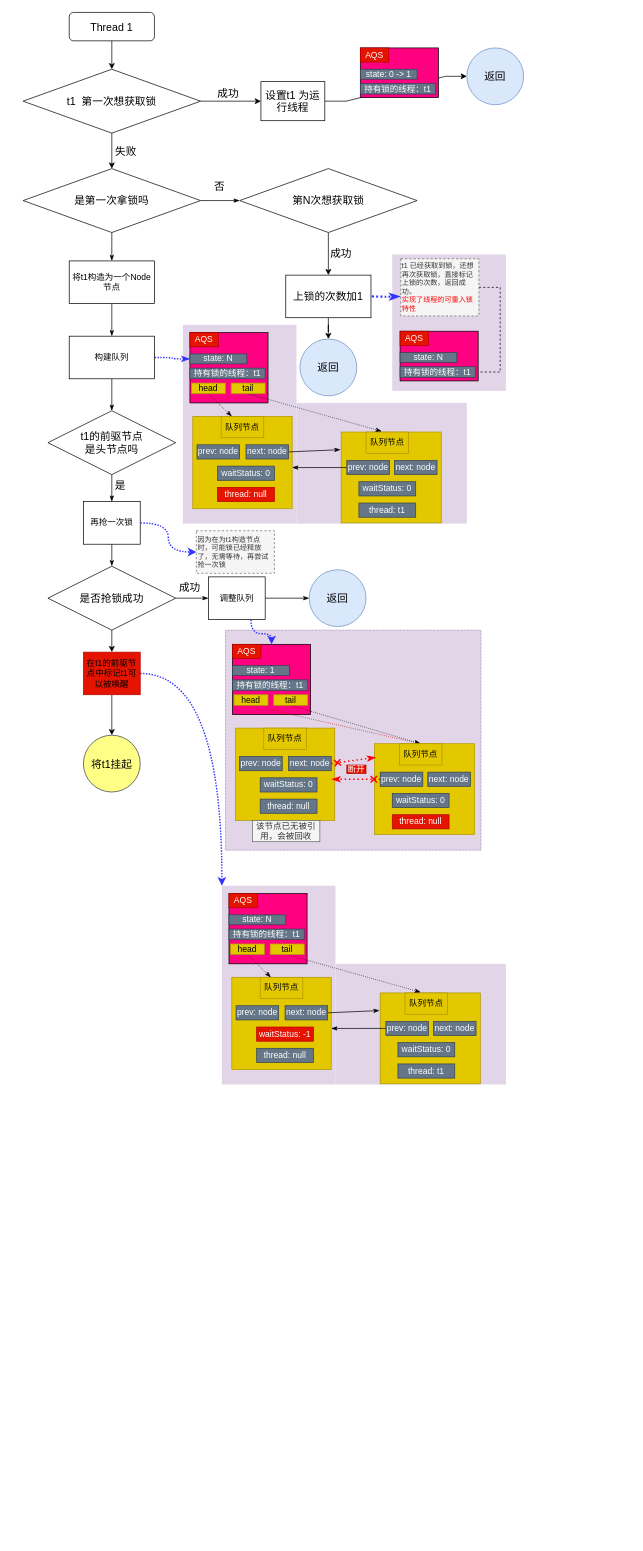
This is 思维导图附件/AQS.drawio from dccmmtop/notebook, a draw.io file, before an edit. Source tidied: cells renumbered, new cells numbered last; positions are measured from the earlier drawing's top-left corner, leaving out a move shared by most shapes. Both pictures are drawn from the tidied source at 71%, with x=0, y=0 at pixel (23, 12).
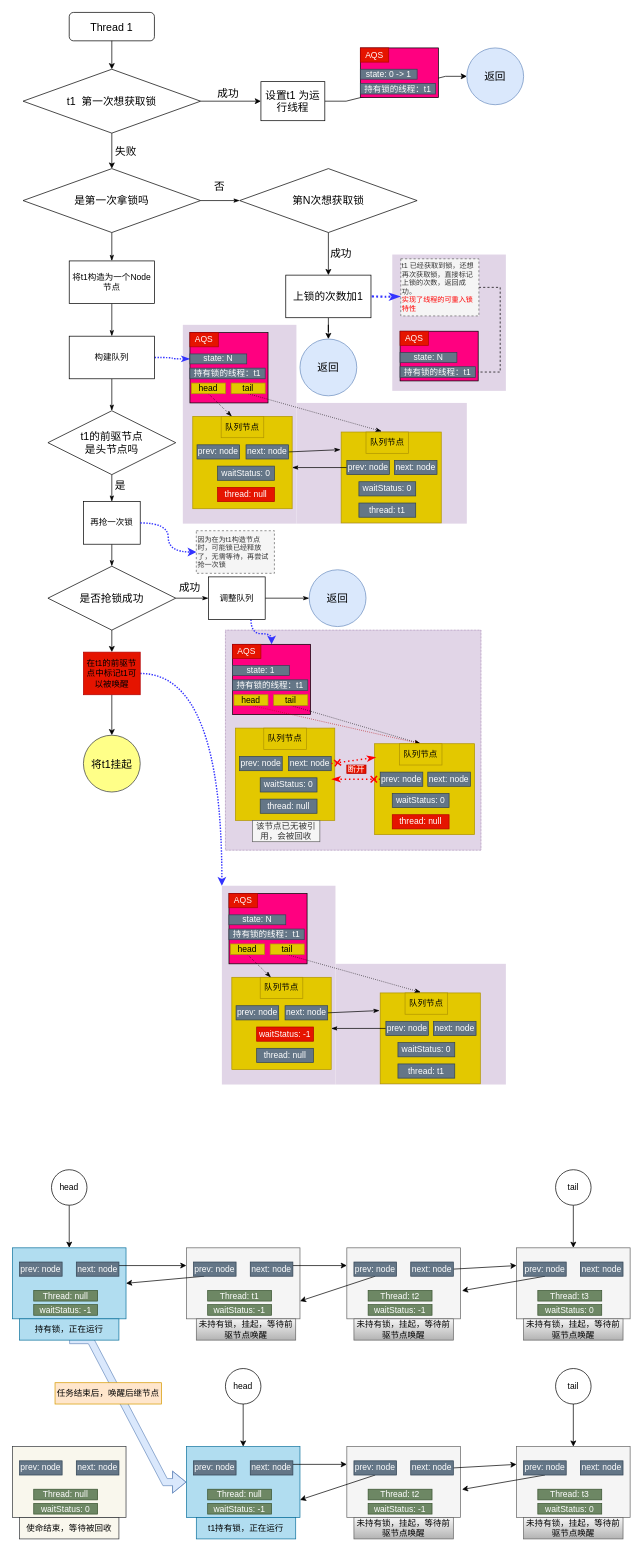
The same diagram, later.

What changed in the source:
```diff
@@
+    <mxCell id="131" style="rounded=0;whiteSpace=wrap;html=1;fillColor=#b1ddf0;strokeColor=#10739e;" parent="1" vertex="1">
+      <mxGeometry x="-15" y="1740" width="160" height="100" as="geometry" />
+    </mxCell>
+    <mxCell id="132" value="Thread: null" style="text;html=1;strokeColor=#3A5431;fillColor=#6d8764;align=center;verticalAlign=middle;whiteSpace=wrap;rounded=0;fontColor=#ffffff;" parent="1" vertex="1">
+      <mxGeometry x="15" y="1800" width="90" height="15" as="geometry" />
+    </mxCell>
+    <mxCell id="133" style="edgeStyle=none;rounded=0;jettySize=auto;html=1;exitX=1;exitY=0.25;exitDx=0;exitDy=0;entryX=0;entryY=0.25;entryDx=0;entryDy=0;" parent="1" edge="1" source="134" target="138">
+      <mxGeometry relative="1" as="geometry" />
+    </mxCell>
+    <mxCell id="134" value="next: node" style="rounded=0;whiteSpace=wrap;html=1;fontColor=#ffffff;fillColor=#647687;strokeColor=#314354;" parent="1" vertex="1">
+      <mxGeometry x="75" y="1760" width="60" height="20" as="geometry" />
+    </mxCell>
+    <mxCell id="135" value="prev: node" style="rounded=0;whiteSpace=wrap;html=1;fontColor=#ffffff;fillColor=#647687;strokeColor=#314354;" parent="1" vertex="1">
+      <mxGeometry x="-5" y="1760" width="60" height="20" as="geometry" />
+    </mxCell>
+    <mxCell id="136" style="edgeStyle=none;rounded=0;jettySize=auto;html=1;entryX=0.5;entryY=0;entryDx=0;entryDy=0;" parent="1" edge="1" source="137" target="131">
+      <mxGeometry relative="1" as="geometry" />
+    </mxCell>
+    <mxCell id="137" value="head" style="ellipse;whiteSpace=wrap;html=1;" parent="1" vertex="1">
+      <mxGeometry x="40" y="1630" width="50" height="50" as="geometry" />
+    </mxCell>
+    <mxCell id="138" style="rounded=0;whiteSpace=wrap;html=1;fillColor=#f5f5f5;strokeColor=#666666;fontColor=#333333;" parent="1" vertex="1">
+      <mxGeometry x="230" y="1740" width="160" height="100" as="geometry" />
+    </mxCell>
+    <mxCell id="139" value="Thread: t1" style="text;html=1;strokeColor=#3A5431;fillColor=#6d8764;align=center;verticalAlign=middle;whiteSpace=wrap;rounded=0;fontColor=#ffffff;" parent="1" vertex="1">
+      <mxGeometry x="260" y="1800" width="90" height="15" as="geometry" />
+    </mxCell>
+    <mxCell id="140" style="edgeStyle=none;rounded=0;jettySize=auto;html=1;exitX=1;exitY=0.25;exitDx=0;exitDy=0;entryX=0;entryY=0.25;entryDx=0;entryDy=0;" parent="1" edge="1" source="141" target="144">
+      <mxGeometry relative="1" as="geometry" />
+    </mxCell>
+    <mxCell id="141" value="next: node" style="rounded=0;whiteSpace=wrap;html=1;fontColor=#ffffff;fillColor=#647687;strokeColor=#314354;" parent="1" vertex="1">
+      <mxGeometry x="320" y="1760" width="60" height="20" as="geometry" />
+    </mxCell>
+    <mxCell id="142" style="edgeStyle=none;rounded=0;jettySize=auto;html=1;exitX=0.25;exitY=1;exitDx=0;exitDy=0;entryX=1;entryY=0.5;entryDx=0;entryDy=0;" parent="1" edge="1" source="143" target="131">
+      <mxGeometry relative="1" as="geometry" />
+    </mxCell>
+    <mxCell id="143" value="prev: node" style="rounded=0;whiteSpace=wrap;html=1;fontColor=#ffffff;fillColor=#647687;strokeColor=#314354;" parent="1" vertex="1">
+      <mxGeometry x="240" y="1760" width="60" height="20" as="geometry" />
+    </mxCell>
+    <mxCell id="144" style="rounded=0;whiteSpace=wrap;html=1;fillColor=#f5f5f5;strokeColor=#666666;fontColor=#333333;" parent="1" vertex="1">
+      <mxGeometry x="456" y="1740" width="160" height="100" as="geometry" />
+    </mxCell>
+    <mxCell id="145" value="Thread: t2" style="text;html=1;strokeColor=#3A5431;fillColor=#6d8764;align=center;verticalAlign=middle;whiteSpace=wrap;rounded=0;fontColor=#ffffff;" parent="1" vertex="1">
+      <mxGeometry x="486" y="1800" width="90" height="15" as="geometry" />
+    </mxCell>
+    <mxCell id="146" style="edgeStyle=none;rounded=0;jettySize=auto;html=1;exitX=1;exitY=0.5;exitDx=0;exitDy=0;entryX=0;entryY=0.25;entryDx=0;entryDy=0;" parent="1" edge="1" source="147" target="153">
+      <mxGeometry relative="1" as="geometry" />
+    </mxCell>
+    <mxCell id="147" value="next: node" style="rounded=0;whiteSpace=wrap;html=1;fontColor=#ffffff;fillColor=#647687;strokeColor=#314354;" parent="1" vertex="1">
+      <mxGeometry x="546" y="1760" width="60" height="20" as="geometry" />
+    </mxCell>
+    <mxCell id="148" style="edgeStyle=none;rounded=0;jettySize=auto;html=1;exitX=0.5;exitY=1;exitDx=0;exitDy=0;entryX=1;entryY=0.75;entryDx=0;entryDy=0;" parent="1" edge="1" source="149" target="138">
+      <mxGeometry relative="1" as="geometry" />
+    </mxCell>
+    <mxCell id="149" value="prev: node" style="rounded=0;whiteSpace=wrap;html=1;fontColor=#ffffff;fillColor=#647687;strokeColor=#314354;" parent="1" vertex="1">
+      <mxGeometry x="466" y="1760" width="60" height="20" as="geometry" />
+    </mxCell>
+    <mxCell id="150" style="edgeStyle=entityRelationEdgeStyle;shape=flexArrow;rounded=0;jettySize=auto;html=1;exitX=0.5;exitY=1;exitDx=0;exitDy=0;entryX=0;entryY=0.5;entryDx=0;entryDy=0;fillColor=#dae8fc;strokeColor=#6c8ebf;" parent="1" edge="1" source="151" target="172">
+      <mxGeometry relative="1" as="geometry" />
+    </mxCell>
+    <mxCell id="151" value="持有锁，正在运行" style="text;html=1;strokeColor=#10739e;fillColor=#b1ddf0;align=center;verticalAlign=middle;whiteSpace=wrap;rounded=0;" parent="1" vertex="1">
+      <mxGeometry x="-5" y="1840" width="140" height="30" as="geometry" />
+    </mxCell>
+    <mxCell id="152" value="未持有锁，挂起，等待前驱节点唤醒" style="text;html=1;strokeColor=#666666;fillColor=#f5f5f5;align=center;verticalAlign=middle;whiteSpace=wrap;rounded=0;gradientColor=#b3b3b3;" parent="1" vertex="1">
+      <mxGeometry x="244" y="1840" width="140" height="30" as="geometry" />
+    </mxCell>
+    <mxCell id="153" style="rounded=0;whiteSpace=wrap;html=1;fillColor=#f5f5f5;strokeColor=#666666;fontColor=#333333;" parent="1" vertex="1">
+      <mxGeometry x="695" y="1740" width="160" height="100" as="geometry" />
+    </mxCell>
+    <mxCell id="154" value="Thread: t3" style="text;html=1;strokeColor=#3A5431;fillColor=#6d8764;align=center;verticalAlign=middle;whiteSpace=wrap;rounded=0;fontColor=#ffffff;" parent="1" vertex="1">
+      <mxGeometry x="725" y="1800" width="90" height="15" as="geometry" />
+    </mxCell>
+    <mxCell id="155" value="next: node" style="rounded=0;whiteSpace=wrap;html=1;fontColor=#ffffff;fillColor=#647687;strokeColor=#314354;" parent="1" vertex="1">
+      <mxGeometry x="785" y="1760" width="60" height="20" as="geometry" />
+    </mxCell>
+    <mxCell id="156" style="edgeStyle=none;rounded=0;jettySize=auto;html=1;exitX=0.5;exitY=1;exitDx=0;exitDy=0;entryX=1.014;entryY=0.604;entryDx=0;entryDy=0;entryPerimeter=0;" parent="1" edge="1" source="157" target="144">
+      <mxGeometry relative="1" as="geometry" />
+    </mxCell>
+    <mxCell id="157" value="prev: node" style="rounded=0;whiteSpace=wrap;html=1;fontColor=#ffffff;fillColor=#647687;strokeColor=#314354;" parent="1" vertex="1">
+      <mxGeometry x="705" y="1760" width="60" height="20" as="geometry" />
+    </mxCell>
+    <mxCell id="158" value="未持有锁，挂起，等待前驱节点唤醒" style="text;html=1;strokeColor=#666666;fillColor=#f5f5f5;align=center;verticalAlign=middle;whiteSpace=wrap;rounded=0;gradientColor=#b3b3b3;" parent="1" vertex="1">
+      <mxGeometry x="466" y="1840" width="140" height="30" as="geometry" />
+    </mxCell>
+    <mxCell id="159" value="waitStatus: -1" style="text;html=1;strokeColor=#3A5431;fillColor=#6d8764;align=center;verticalAlign=middle;whiteSpace=wrap;rounded=0;fontColor=#ffffff;" parent="1" vertex="1">
+      <mxGeometry x="15" y="1820" width="90" height="15" as="geometry" />
+    </mxCell>
+    <mxCell id="160" value="waitStatus: -1" style="text;html=1;strokeColor=#3A5431;fillColor=#6d8764;align=center;verticalAlign=middle;whiteSpace=wrap;rounded=0;fontColor=#ffffff;" parent="1" vertex="1">
+      <mxGeometry x="260" y="1820" width="90" height="15" as="geometry" />
+    </mxCell>
+    <mxCell id="161" value="waitStatus: -1" style="text;html=1;strokeColor=#3A5431;fillColor=#6d8764;align=center;verticalAlign=middle;whiteSpace=wrap;rounded=0;fontColor=#ffffff;" parent="1" vertex="1">
+      <mxGeometry x="486" y="1820" width="90" height="15" as="geometry" />
+    </mxCell>
+    <mxCell id="162" value="waitStatus: 0" style="text;html=1;strokeColor=#3A5431;fillColor=#6d8764;align=center;verticalAlign=middle;whiteSpace=wrap;rounded=0;fontColor=#ffffff;" parent="1" vertex="1">
+      <mxGeometry x="725" y="1820" width="90" height="15" as="geometry" />
+    </mxCell>
+    <mxCell id="163" style="edgeStyle=none;rounded=0;jettySize=auto;html=1;exitX=0.5;exitY=1;exitDx=0;exitDy=0;entryX=0.5;entryY=0;entryDx=0;entryDy=0;" parent="1" edge="1" source="164" target="153">
+      <mxGeometry relative="1" as="geometry" />
+    </mxCell>
+    <mxCell id="164" value="tail" style="ellipse;whiteSpace=wrap;html=1;" parent="1" vertex="1">
+      <mxGeometry x="750" y="1630" width="50" height="50" as="geometry" />
+    </mxCell>
+    <mxCell id="165" value="未持有锁，挂起，等待前驱节点唤醒" style="text;html=1;strokeColor=#666666;fillColor=#f5f5f5;align=center;verticalAlign=middle;whiteSpace=wrap;rounded=0;gradientColor=#b3b3b3;" parent="1" vertex="1">
+      <mxGeometry x="705" y="1840" width="140" height="30" as="geometry" />
+    </mxCell>
+    <mxCell id="166" style="rounded=0;whiteSpace=wrap;html=1;fillColor=#f9f7ed;strokeColor=#36393d;" parent="1" vertex="1">
+      <mxGeometry x="-15" y="2020" width="160" height="100" as="geometry" />
+    </mxCell>
+    <mxCell id="167" value="Thread: null" style="text;html=1;strokeColor=#3A5431;fillColor=#6d8764;align=center;verticalAlign=middle;whiteSpace=wrap;rounded=0;fontColor=#ffffff;" parent="1" vertex="1">
+      <mxGeometry x="15" y="2080" width="90" height="15" as="geometry" />
+    </mxCell>
+    <mxCell id="168" value="next: node" style="rounded=0;whiteSpace=wrap;html=1;fontColor=#ffffff;fillColor=#647687;strokeColor=#314354;" parent="1" vertex="1">
+      <mxGeometry x="75" y="2040" width="60" height="20" as="geometry" />
+    </mxCell>
+    <mxCell id="169" value="prev: node" style="rounded=0;whiteSpace=wrap;html=1;fontColor=#ffffff;fillColor=#647687;strokeColor=#314354;" parent="1" vertex="1">
+      <mxGeometry x="-5" y="2040" width="60" height="20" as="geometry" />
+    </mxCell>
+    <mxCell id="170" style="edgeStyle=none;rounded=0;jettySize=auto;html=1;entryX=0.5;entryY=0;entryDx=0;entryDy=0;" parent="1" edge="1" source="171">
+      <mxGeometry relative="1" as="geometry">
+        <mxPoint x="310" y="2020" as="targetPoint" />
+      </mxGeometry>
+    </mxCell>
+    <mxCell id="171" value="head" style="ellipse;whiteSpace=wrap;html=1;" parent="1" vertex="1">
+      <mxGeometry x="285" y="1910" width="50" height="50" as="geometry" />
+    </mxCell>
+    <mxCell id="172" style="rounded=0;whiteSpace=wrap;html=1;fillColor=#b1ddf0;strokeColor=#10739e;" parent="1" vertex="1">
+      <mxGeometry x="230" y="2020" width="160" height="100" as="geometry" />
+    </mxCell>
+    <mxCell id="173" value="Thread: null" style="text;html=1;strokeColor=#3A5431;fillColor=#6d8764;align=center;verticalAlign=middle;whiteSpace=wrap;rounded=0;fontColor=#ffffff;" parent="1" vertex="1">
+      <mxGeometry x="260" y="2080" width="90" height="15" as="geometry" />
+    </mxCell>
+    <mxCell id="174" style="edgeStyle=none;rounded=0;jettySize=auto;html=1;exitX=1;exitY=0.25;exitDx=0;exitDy=0;entryX=0;entryY=0.25;entryDx=0;entryDy=0;" parent="1" edge="1" source="175" target="177">
+      <mxGeometry relative="1" as="geometry" />
+    </mxCell>
+    <mxCell id="175" value="next: node" style="rounded=0;whiteSpace=wrap;html=1;fontColor=#ffffff;fillColor=#647687;strokeColor=#314354;" parent="1" vertex="1">
+      <mxGeometry x="320" y="2040" width="60" height="20" as="geometry" />
+    </mxCell>
+    <mxCell id="176" value="prev: node" style="rounded=0;whiteSpace=wrap;html=1;fontColor=#ffffff;fillColor=#647687;strokeColor=#314354;" parent="1" vertex="1">
+      <mxGeometry x="240" y="2040" width="60" height="20" as="geometry" />
+    </mxCell>
+    <mxCell id="177" style="rounded=0;whiteSpace=wrap;html=1;fillColor=#f5f5f5;strokeColor=#666666;fontColor=#333333;" parent="1" vertex="1">
+      <mxGeometry x="456" y="2020" width="160" height="100" as="geometry" />
+    </mxCell>
+    <mxCell id="178" value="Thread: t2" style="text;html=1;strokeColor=#3A5431;fillColor=#6d8764;align=center;verticalAlign=middle;whiteSpace=wrap;rounded=0;fontColor=#ffffff;" parent="1" vertex="1">
+      <mxGeometry x="486" y="2080" width="90" height="15" as="geometry" />
+    </mxCell>
+    <mxCell id="179" style="edgeStyle=none;rounded=0;jettySize=auto;html=1;exitX=1;exitY=0.5;exitDx=0;exitDy=0;entryX=0;entryY=0.25;entryDx=0;entryDy=0;" parent="1" edge="1" source="180" target="185">
+      <mxGeometry relative="1" as="geometry" />
+    </mxCell>
+    <mxCell id="180" value="next: node" style="rounded=0;whiteSpace=wrap;html=1;fontColor=#ffffff;fillColor=#647687;strokeColor=#314354;" parent="1" vertex="1">
+      <mxGeometry x="546" y="2040" width="60" height="20" as="geometry" />
+    </mxCell>
+    <mxCell id="181" style="edgeStyle=none;rounded=0;jettySize=auto;html=1;exitX=0.5;exitY=1;exitDx=0;exitDy=0;entryX=1;entryY=0.75;entryDx=0;entryDy=0;" parent="1" edge="1" source="182" target="172">
+      <mxGeometry relative="1" as="geometry" />
+    </mxCell>
+    <mxCell id="182" value="prev: node" style="rounded=0;whiteSpace=wrap;html=1;fontColor=#ffffff;fillColor=#647687;strokeColor=#314354;" parent="1" vertex="1">
+      <mxGeometry x="466" y="2040" width="60" height="20" as="geometry" />
+    </mxCell>
+    <mxCell id="183" value="使命结束，等待被回收" style="text;html=1;fillColor=#f9f7ed;align=center;verticalAlign=middle;whiteSpace=wrap;rounded=0;strokeColor=#36393d;" parent="1" vertex="1">
+      <mxGeometry x="-5" y="2120" width="140" height="30" as="geometry" />
+    </mxCell>
+    <mxCell id="184" value="t1持有锁，正在运行" style="text;html=1;strokeColor=#10739e;fillColor=#b1ddf0;align=center;verticalAlign=middle;whiteSpace=wrap;rounded=0;" parent="1" vertex="1">
+      <mxGeometry x="244" y="2120" width="140" height="30" as="geometry" />
+    </mxCell>
+    <mxCell id="185" style="rounded=0;whiteSpace=wrap;html=1;fillColor=#f5f5f5;strokeColor=#666666;fontColor=#333333;" parent="1" vertex="1">
+      <mxGeometry x="695" y="2020" width="160" height="100" as="geometry" />
+    </mxCell>
+    <mxCell id="186" value="Thread: t3" style="text;html=1;strokeColor=#3A5431;fillColor=#6d8764;align=center;verticalAlign=middle;whiteSpace=wrap;rounded=0;fontColor=#ffffff;" parent="1" vertex="1">
+      <mxGeometry x="725" y="2080" width="90" height="15" as="geometry" />
+    </mxCell>
+    <mxCell id="187" value="next: node" style="rounded=0;whiteSpace=wrap;html=1;fontColor=#ffffff;fillColor=#647687;strokeColor=#314354;" parent="1" vertex="1">
+      <mxGeometry x="785" y="2040" width="60" height="20" as="geometry" />
+    </mxCell>
+    <mxCell id="188" style="edgeStyle=none;rounded=0;jettySize=auto;html=1;exitX=0.5;exitY=1;exitDx=0;exitDy=0;entryX=1.014;entryY=0.604;entryDx=0;entryDy=0;entryPerimeter=0;" parent="1" edge="1" source="189" target="177">
+      <mxGeometry relative="1" as="geometry" />
+    </mxCell>
+    <mxCell id="189" value="prev: node" style="rounded=0;whiteSpace=wrap;html=1;fontColor=#ffffff;fillColor=#647687;strokeColor=#314354;" parent="1" vertex="1">
+      <mxGeometry x="705" y="2040" width="60" height="20" as="geometry" />
+    </mxCell>
+    <mxCell id="190" value="未持有锁，挂起，等待前驱节点唤醒" style="text;html=1;strokeColor=#666666;fillColor=#f5f5f5;align=center;verticalAlign=middle;whiteSpace=wrap;rounded=0;gradientColor=#b3b3b3;" parent="1" vertex="1">
+      <mxGeometry x="466" y="2120" width="140" height="30" as="geometry" />
+    </mxCell>
+    <mxCell id="191" value="waitStatus: 0" style="text;html=1;strokeColor=#3A5431;fillColor=#6d8764;align=center;verticalAlign=middle;whiteSpace=wrap;rounded=0;fontColor=#ffffff;" parent="1" vertex="1">
+      <mxGeometry x="15" y="2100" width="90" height="15" as="geometry" />
+    </mxCell>
+    <mxCell id="192" value="waitStatus: -1" style="text;html=1;strokeColor=#3A5431;fillColor=#6d8764;align=center;verticalAlign=middle;whiteSpace=wrap;rounded=0;fontColor=#ffffff;" parent="1" vertex="1">
+      <mxGeometry x="260" y="2100" width="90" height="15" as="geometry" />
+    </mxCell>
+    <mxCell id="193" value="waitStatus: -1" style="text;html=1;strokeColor=#3A5431;fillColor=#6d8764;align=center;verticalAlign=middle;whiteSpace=wrap;rounded=0;fontColor=#ffffff;" parent="1" vertex="1">
+      <mxGeometry x="486" y="2100" width="90" height="15" as="geometry" />
+    </mxCell>
+    <mxCell id="194" value="waitStatus: 0" style="text;html=1;strokeColor=#3A5431;fillColor=#6d8764;align=center;verticalAlign=middle;whiteSpace=wrap;rounded=0;fontColor=#ffffff;" parent="1" vertex="1">
+      <mxGeometry x="725" y="2100" width="90" height="15" as="geometry" />
+    </mxCell>
+    <mxCell id="195" style="edgeStyle=none;rounded=0;jettySize=auto;html=1;exitX=0.5;exitY=1;exitDx=0;exitDy=0;entryX=0.5;entryY=0;entryDx=0;entryDy=0;" parent="1" edge="1" source="196" target="185">
+      <mxGeometry relative="1" as="geometry" />
+    </mxCell>
+    <mxCell id="196" value="tail" style="ellipse;whiteSpace=wrap;html=1;" parent="1" vertex="1">
+      <mxGeometry x="750" y="1910" width="50" height="50" as="geometry" />
+    </mxCell>
+    <mxCell id="197" value="未持有锁，挂起，等待前驱节点唤醒" style="text;html=1;strokeColor=#666666;fillColor=#f5f5f5;align=center;verticalAlign=middle;whiteSpace=wrap;rounded=0;gradientColor=#b3b3b3;" parent="1" vertex="1">
+      <mxGeometry x="705" y="2120" width="140" height="30" as="geometry" />
+    </mxCell>
+    <mxCell id="198" value="任务结束后，唤醒后继节点" style="text;html=1;strokeColor=#d79b00;fillColor=#ffe6cc;align=center;verticalAlign=middle;whiteSpace=wrap;rounded=0;" parent="1" vertex="1">
+      <mxGeometry x="45" y="1930" width="150" height="30" as="geometry" />
+    </mxCell>
```
